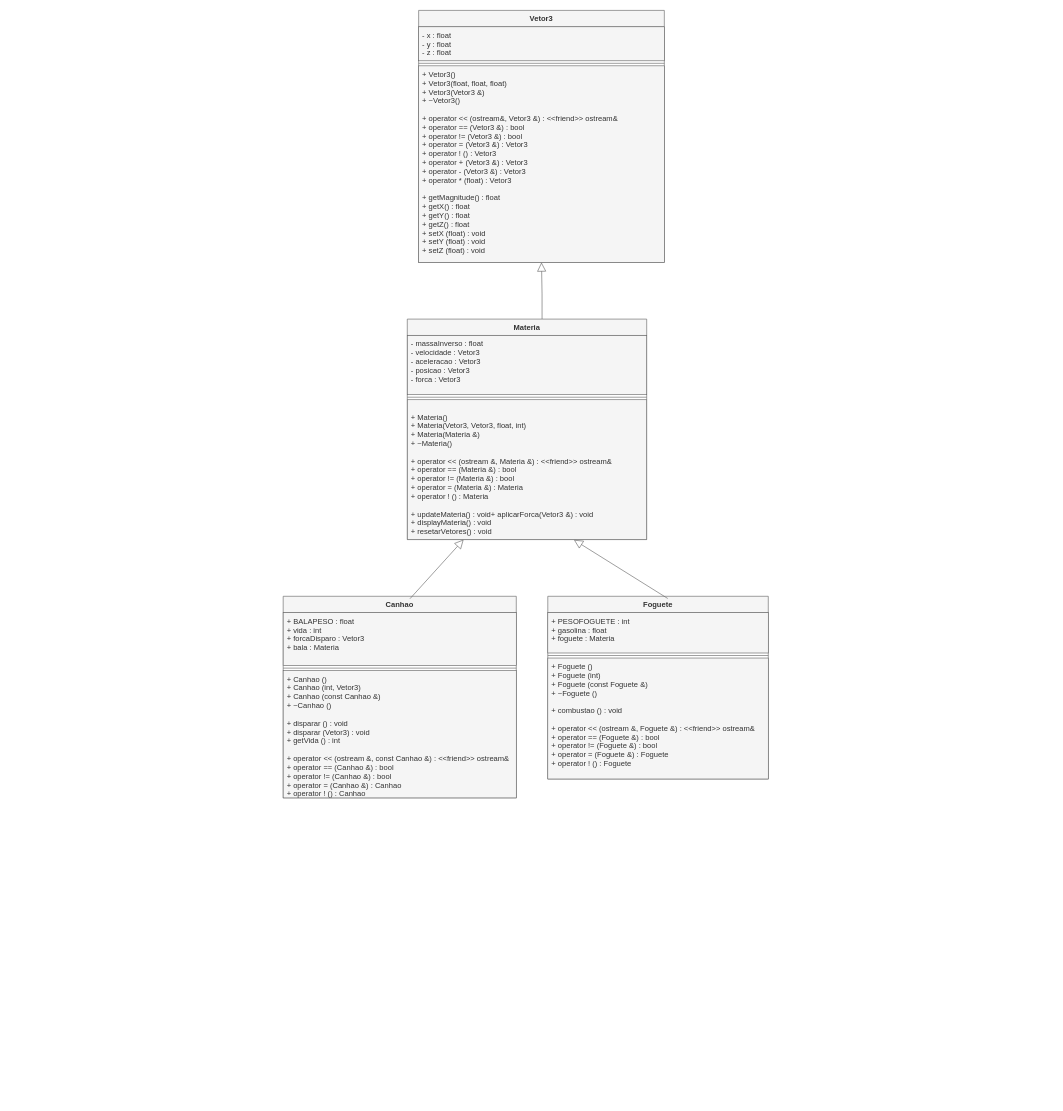
Above: diagrama de classes engine.drawio in BrunoEiki/EngineFisica (draw.io), before the change. Source tidied: cells renumbered, new cells numbered last; positions are measured from the earlier drawing's top-left corner, leaving out a move shared by most shapes. Both pictures are drawn from the tidied source at 63%, with x=0, y=0 at pixel (283, 10).
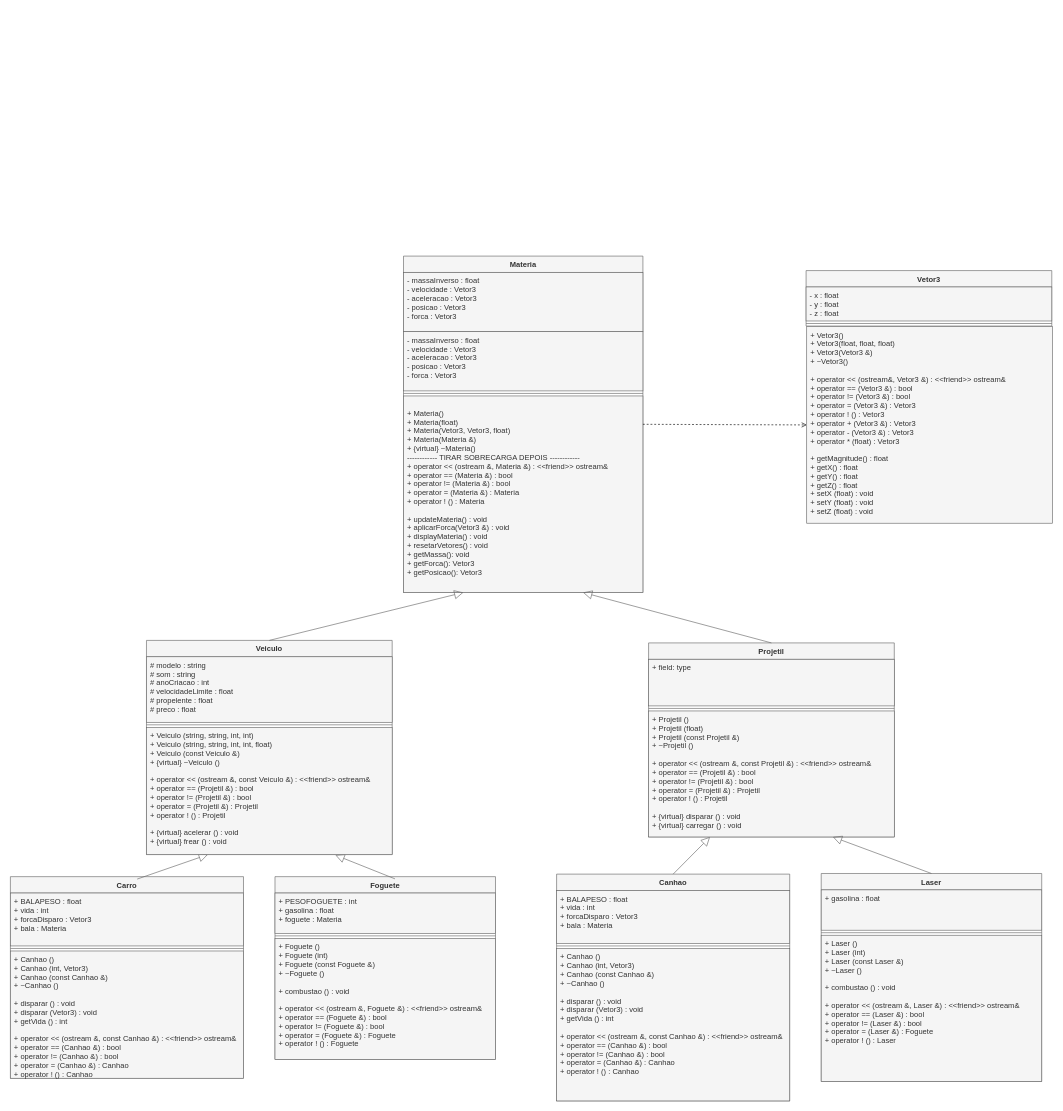
Above is the later version.

Diff of the diagram source:
```diff
@@
-    <mxCell id="2" style="edgeStyle=orthogonalEdgeStyle;rounded=0;jettySize=auto;html=1;endArrow=block;endFill=0;exitX=0.563;exitY=0;exitDx=0;exitDy=0;exitPerimeter=0;strokeWidth=1;endSize=12;fillColor=#f5f5f5;strokeColor=#666666;" parent="1" edge="1" source="7" target="3">
-      <mxGeometry relative="1" as="geometry" />
-    </mxCell>
     <mxCell id="3" value="Vetor3" style="swimlane;fontStyle=1;align=center;verticalAlign=top;horizontal=1;startSize=26;fillColor=#f5f5f5;fontColor=#333333;strokeColor=#666666;" parent="1" vertex="1">
-      <mxGeometry x="215" width="390" height="400" as="geometry" />
+      <mxGeometry x="830" y="413" width="390" height="88" as="geometry" />
     </mxCell>
@@
-    <mxCell id="6" value="+ Vetor3()&#10;+ Vetor3(float, float, float)&#10;+ Vetor3(Vetor3 &amp;)&#10;+ ~Vetor3()&#10;&#10;+ operator &lt;&lt; (ostream&amp;, Vetor3 &amp;) :  &lt;&lt;friend&gt;&gt; ostream&amp;&#10;+ operator == (Vetor3 &amp;) : bool &#10;+ operator != (Vetor3 &amp;) : bool    &#10;+ operator = (Vetor3 &amp;) : Vetor3&#10;+ operator ! () : Vetor3 &#10;+ operator + (Vetor3 &amp;) : Vetor3&#10;+ operator - (Vetor3 &amp;) : Vetor3 &#10;+ operator * (float) : Vetor3 &#10;&#10;+ getMagnitude() : float&#10;+ getX() : float&#10;+ getY() : float&#10;+ getZ() : float  &#10;+ setX (float) : void&#10;+ setY (float) : void&#10;+ setZ (float) : void&#10;&#10;" style="text;strokeColor=#666666;fillColor=#f5f5f5;align=left;verticalAlign=top;spacingLeft=4;spacingRight=4;overflow=hidden;points=[[0,0.5],[1,0.5]];portConstraint=eastwest;fontColor=#333333;" parent="3" vertex="1">
-      <mxGeometry y="88" width="390" height="312" as="geometry" />
-    </mxCell>
     <mxCell id="7" value="Materia&#10;" style="swimlane;fontStyle=1;align=center;verticalAlign=top;horizontal=1;startSize=26;fillColor=#f5f5f5;fontColor=#333333;strokeColor=#666666;" parent="1" vertex="1">
-      <mxGeometry x="197" y="490" width="380" height="350" as="geometry" />
+      <mxGeometry x="191" y="390" width="380" height="534" as="geometry" />
     </mxCell>
@@
+    <mxCell id="21" value="- massaInverso : float&#10;- velocidade : Vetor3 &#10;- aceleracao : Vetor3&#10;- posicao : Vetor3&#10;- forca : Vetor3" style="text;strokeColor=#666666;fillColor=#f5f5f5;align=left;verticalAlign=top;spacingLeft=4;spacingRight=4;overflow=hidden;fontColor=#333333;" parent="7" vertex="1">
+      <mxGeometry y="120" width="380" height="94" as="geometry" />
+    </mxCell>
     <mxCell id="9" style="line;strokeWidth=1;fillColor=#f5f5f5;align=left;verticalAlign=middle;spacingTop=-1;spacingLeft=3;spacingRight=3;labelPosition=right;strokeColor=#666666;fontColor=#333333;" parent="7" vertex="1">
-      <mxGeometry y="120" width="380" height="8" as="geometry" />
+      <mxGeometry y="214" width="380" height="8" as="geometry" />
     </mxCell>
-    <mxCell id="10" value="&#10;+ Materia()   &#10;+ Materia(Vetor3, Vetor3, float, int)&#10;+ Materia(Materia &amp;)&#10;+ ~Materia()&#10;&#10;+ operator &lt;&lt; (ostream &amp;, Materia &amp;) : &lt;&lt;friend&gt;&gt; ostream&amp;&#10;+ operator == (Materia &amp;) : bool &#10;+ operator != (Materia &amp;) : bool &#10;+ operator = (Materia &amp;) : Materia&#10;+ operator ! () : Materia&#10;&#10;+ updateMateria() : void+ aplicarForca(Vetor3 &amp;) : void&#10;+ displayMateria() : void&#10;+ resetarVetores() : void&#10;&#10;&#10;&#10;" style="text;strokeColor=#666666;fillColor=#f5f5f5;align=left;verticalAlign=top;spacingLeft=4;spacingRight=4;overflow=hidden;points=[[0,0.5],[1,0.5]];portConstraint=eastwest;fontColor=#333333;" parent="7" vertex="1">
-      <mxGeometry y="128" width="380" height="222" as="geometry" />
+    <mxCell id="10" value="&#10;+ Materia()&#10;+ Materia(float)   &#10;+ Materia(Vetor3, Vetor3, float)&#10;+ Materia(Materia &amp;)&#10;+ {virtual} ~Materia()&#10;------------ TIRAR SOBRECARGA DEPOIS ------------&#10;+ operator &lt;&lt; (ostream &amp;, Materia &amp;) : &lt;&lt;friend&gt;&gt; ostream&amp;&#10;+ operator == (Materia &amp;) : bool &#10;+ operator != (Materia &amp;) : bool &#10;+ operator = (Materia &amp;) : Materia&#10;+ operator ! () : Materia&#10;&#10;+ updateMateria() : void&#10;+ aplicarForca(Vetor3 &amp;) : void&#10;+ displayMateria() : void&#10;+ resetarVetores() : void&#10;+ getMassa(): void&#10;+ getForca(): Vetor3&#10;+ getPosicao(): Vetor3&#10;&#10;&#10;&#10;" style="text;strokeColor=#666666;fillColor=#f5f5f5;align=left;verticalAlign=top;spacingLeft=4;spacingRight=4;overflow=hidden;points=[[0,0.5],[1,0.5]];portConstraint=eastwest;fontColor=#333333;" parent="7" vertex="1">
+      <mxGeometry y="222" width="380" height="312" as="geometry" />
     </mxCell>
-    <mxCell id="11" value="Canhao" style="swimlane;fontStyle=1;align=center;verticalAlign=top;horizontal=1;startSize=26;fillColor=#f5f5f5;fontColor=#333333;strokeColor=#666666;" parent="1" vertex="1">
-      <mxGeometry y="930" width="370" height="320" as="geometry" />
+    <mxCell id="11" value="Carro" style="swimlane;fontStyle=1;align=center;verticalAlign=top;horizontal=1;startSize=26;fillColor=#f5f5f5;fontColor=#333333;strokeColor=#666666;" parent="1" vertex="1">
+      <mxGeometry x="-433" y="1375" width="370" height="320" as="geometry" />
     </mxCell>
@@
-    <mxCell id="15" style="endArrow=block;endFill=0;endSize=12;html=1;rounded=0;exitX=0.544;exitY=0.012;exitDx=0;exitDy=0;exitPerimeter=0;fillColor=#f5f5f5;strokeColor=#666666;" parent="1" edge="1" source="11" target="10">
+    <mxCell id="15" style="endArrow=block;endFill=0;endSize=12;html=1;rounded=0;exitX=0.544;exitY=0.012;exitDx=0;exitDy=0;exitPerimeter=0;fillColor=#f5f5f5;strokeColor=#666666;entryX=0.25;entryY=1;entryDx=0;entryDy=0;" parent="1" edge="1" source="11" target="23">
       <mxGeometry relative="1" as="geometry" />
     </mxCell>
     <mxCell id="16" value="Foguete" style="swimlane;fontStyle=1;align=center;verticalAlign=top;horizontal=1;startSize=26;fillColor=#f5f5f5;fontColor=#333333;strokeColor=#666666;" parent="1" vertex="1">
-      <mxGeometry x="420" y="930" width="350" height="290" as="geometry" />
+      <mxGeometry x="-13" y="1375" width="350" height="290" as="geometry" />
     </mxCell>
@@
-    <mxCell id="20" style="endArrow=block;endFill=0;endSize=12;html=1;rounded=0;exitX=0.544;exitY=0.012;exitDx=0;exitDy=0;exitPerimeter=0;entryX=0.696;entryY=1.002;entryDx=0;entryDy=0;entryPerimeter=0;fillColor=#f5f5f5;strokeColor=#666666;" parent="1" edge="1" source="16" target="10">
+    <mxCell id="20" style="endArrow=block;endFill=0;endSize=12;html=1;rounded=0;exitX=0.544;exitY=0.012;exitDx=0;exitDy=0;exitPerimeter=0;fillColor=#f5f5f5;strokeColor=#666666;entryX=0.769;entryY=1.004;entryDx=0;entryDy=0;entryPerimeter=0;" parent="1" edge="1" source="16" target="26">
       <mxGeometry relative="1" as="geometry" />
     </mxCell>
+    <mxCell id="6" value="+ Vetor3()&#10;+ Vetor3(float, float, float)&#10;+ Vetor3(Vetor3 &amp;)&#10;+ ~Vetor3()&#10;&#10;+ operator &lt;&lt; (ostream&amp;, Vetor3 &amp;) :  &lt;&lt;friend&gt;&gt; ostream&amp;&#10;+ operator == (Vetor3 &amp;) : bool &#10;+ operator != (Vetor3 &amp;) : bool    &#10;+ operator = (Vetor3 &amp;) : Vetor3&#10;+ operator ! () : Vetor3 &#10;+ operator + (Vetor3 &amp;) : Vetor3&#10;+ operator - (Vetor3 &amp;) : Vetor3 &#10;+ operator * (float) : Vetor3 &#10;&#10;+ getMagnitude() : float&#10;+ getX() : float&#10;+ getY() : float&#10;+ getZ() : float  &#10;+ setX (float) : void&#10;+ setY (float) : void&#10;+ setZ (float) : void&#10;&#10;" style="text;strokeColor=#666666;fillColor=#f5f5f5;align=left;verticalAlign=top;spacingLeft=4;spacingRight=4;overflow=hidden;points=[[0,0.5],[1,0.5]];portConstraint=eastwest;fontColor=#333333;" parent="1" vertex="1">
+      <mxGeometry x="831" y="502" width="390" height="312" as="geometry" />
+    </mxCell>
+    <mxCell id="22" style="endArrow=open;html=1;rounded=0;align=center;verticalAlign=bottom;dashed=1;endFill=0;labelBackgroundColor=none;entryX=0;entryY=0.5;entryDx=0;entryDy=0;exitX=1;exitY=0.5;exitDx=0;exitDy=0;" parent="1" edge="1" source="7" target="6">
+      <mxGeometry relative="1" as="geometry" />
+    </mxCell>
+    <mxCell id="23" value="Veiculo&#10;" style="swimlane;fontStyle=1;align=center;verticalAlign=top;horizontal=1;startSize=26;fillColor=#f5f5f5;fontColor=#333333;strokeColor=#666666;" parent="1" vertex="1">
+      <mxGeometry x="-217" y="1000" width="390" height="340" as="geometry" />
+    </mxCell>
+    <mxCell id="24" value="# modelo : string&#10;# som : string&#10;# anoCriacao : int &#10;# velocidadeLimite : float&#10;# propelente : float &#10;# preco : float" style="text;strokeColor=#666666;fillColor=#f5f5f5;align=left;verticalAlign=top;spacingLeft=4;spacingRight=4;overflow=hidden;fontColor=#333333;" parent="23" vertex="1">
+      <mxGeometry y="26" width="390" height="104" as="geometry" />
+    </mxCell>
+    <mxCell id="25" style="line;strokeWidth=1;fillColor=#f5f5f5;align=left;verticalAlign=middle;spacingTop=-1;spacingLeft=3;spacingRight=3;labelPosition=right;fontColor=#333333;strokeColor=#666666;" parent="23" vertex="1">
+      <mxGeometry y="130" width="390" height="8" as="geometry" />
+    </mxCell>
+    <mxCell id="26" value="+ Veiculo (string, string, int, int) &#10;+ Veiculo (string, string, int, int, float)&#10;+ Veiculo (const Veiculo &amp;)&#10;+ {virtual} ~Veiculo ()&#10;&#10;+ operator &lt;&lt; (ostream &amp;, const Veiculo &amp;) : &lt;&lt;friend&gt;&gt; ostream&amp;&#10;+ operator == (Projetil &amp;) : bool&#10;+ operator != (Projetil &amp;) : bool&#10;+ operator = (Projetil &amp;) : Projetil&#10;+ operator ! () : Projetil&#10;&#10;+ {virtual} acelerar () : void&#10;+ {virtual} frear () : void" style="text;strokeColor=#666666;fillColor=#f5f5f5;align=left;verticalAlign=top;spacingLeft=4;spacingRight=4;overflow=hidden;points=[[0,0.5],[1,0.5]];portConstraint=eastwest;fontColor=#333333;" parent="23" vertex="1">
+      <mxGeometry y="138" width="390" height="202" as="geometry" />
+    </mxCell>
+    <mxCell id="27" style="endArrow=block;endFill=0;endSize=12;html=1;rounded=0;exitX=0.5;exitY=0;exitDx=0;exitDy=0;fillColor=#f5f5f5;strokeColor=#666666;entryX=0.25;entryY=1;entryDx=0;entryDy=0;" parent="1" edge="1" source="23" target="7">
+      <mxGeometry relative="1" as="geometry" />
+    </mxCell>
+    <mxCell id="28" value="Projetil" style="swimlane;fontStyle=1;align=center;verticalAlign=top;horizontal=1;startSize=26;fillColor=#f5f5f5;fontColor=#333333;strokeColor=#666666;" parent="1" vertex="1">
+      <mxGeometry x="580" y="1004" width="390" height="308" as="geometry" />
+    </mxCell>
+    <mxCell id="29" value="+ field: type" style="text;strokeColor=#666666;fillColor=#f5f5f5;align=left;verticalAlign=top;spacingLeft=4;spacingRight=4;overflow=hidden;fontColor=#333333;" parent="28" vertex="1">
+      <mxGeometry y="26" width="390" height="74" as="geometry" />
+    </mxCell>
+    <mxCell id="30" style="line;strokeWidth=1;fillColor=#f5f5f5;align=left;verticalAlign=middle;spacingTop=-1;spacingLeft=3;spacingRight=3;labelPosition=right;fontColor=#333333;strokeColor=#666666;" parent="28" vertex="1">
+      <mxGeometry y="100" width="390" height="8" as="geometry" />
+    </mxCell>
+    <mxCell id="31" value="+ Projetil () &#10;+ Projetil (float)&#10;+ Projetil (const Projetil &amp;)&#10;+ ~Projetil ()&#10;&#10;+ operator &lt;&lt; (ostream &amp;, const Projetil &amp;) : &lt;&lt;friend&gt;&gt; ostream&amp;&#10;+ operator == (Projetil &amp;) : bool&#10;+ operator != (Projetil &amp;) : bool&#10;+ operator = (Projetil &amp;) : Projetil&#10;+ operator ! () : Projetil&#10;&#10;+ {virtual} disparar () : void&#10;+ {virtual} carregar () : void" style="text;strokeColor=#666666;fillColor=#f5f5f5;align=left;verticalAlign=top;spacingLeft=4;spacingRight=4;overflow=hidden;fontColor=#333333;" parent="28" vertex="1">
+      <mxGeometry y="108" width="390" height="200" as="geometry" />
+    </mxCell>
+    <mxCell id="32" style="endArrow=block;endFill=0;endSize=12;html=1;rounded=0;exitX=0.5;exitY=0;exitDx=0;exitDy=0;fillColor=#f5f5f5;strokeColor=#666666;entryX=0.75;entryY=1;entryDx=0;entryDy=0;" parent="1" edge="1" source="28" target="7">
+      <mxGeometry relative="1" as="geometry" />
+    </mxCell>
+    <mxCell id="33" value="Canhao" style="swimlane;fontStyle=1;align=center;verticalAlign=top;horizontal=1;startSize=26;fillColor=#f5f5f5;fontColor=#333333;strokeColor=#666666;" parent="1" vertex="1">
+      <mxGeometry x="434" y="1371" width="370" height="360" as="geometry" />
+    </mxCell>
+    <mxCell id="34" value="+ BALAPESO : float &#10;+ vida : int&#10;+ forcaDisparo : Vetor3&#10;+ bala : Materia" style="text;strokeColor=#666666;fillColor=#f5f5f5;align=left;verticalAlign=top;spacingLeft=4;spacingRight=4;overflow=hidden;fontColor=#333333;" parent="33" vertex="1">
+      <mxGeometry y="26" width="370" height="84" as="geometry" />
+    </mxCell>
+    <mxCell id="35" style="line;strokeWidth=1;fillColor=#f5f5f5;align=left;verticalAlign=middle;spacingTop=-1;spacingLeft=3;spacingRight=3;labelPosition=right;strokeColor=#666666;fontColor=#333333;" parent="33" vertex="1">
+      <mxGeometry y="110" width="370" height="8" as="geometry" />
+    </mxCell>
+    <mxCell id="36" value="+ Canhao () &#10;+ Canhao (int, Vetor3)&#10;+ Canhao (const Canhao &amp;)&#10;+ ~Canhao ()&#10;&#10;+ disparar () : void&#10;+ disparar (Vetor3) : void&#10;+ getVida () : int&#10;&#10;+ operator &lt;&lt; (ostream &amp;, const Canhao &amp;) : &lt;&lt;friend&gt;&gt; ostream&amp;&#10;+ operator == (Canhao &amp;) : bool&#10;+ operator != (Canhao &amp;) : bool&#10;+ operator = (Canhao &amp;) : Canhao&#10;+ operator ! () : Canhao" style="text;strokeColor=#666666;fillColor=#f5f5f5;align=left;verticalAlign=top;spacingLeft=4;spacingRight=4;overflow=hidden;fontColor=#333333;" parent="33" vertex="1">
+      <mxGeometry y="118" width="370" height="242" as="geometry" />
+    </mxCell>
+    <mxCell id="37" value="Laser" style="swimlane;fontStyle=1;align=center;verticalAlign=top;horizontal=1;startSize=26;fillColor=#f5f5f5;fontColor=#333333;strokeColor=#666666;" parent="1" vertex="1">
+      <mxGeometry x="854" y="1370" width="350" height="330" as="geometry" />
+    </mxCell>
+    <mxCell id="38" value="+ gasolina : float" style="text;strokeColor=#666666;fillColor=#f5f5f5;align=left;verticalAlign=top;spacingLeft=4;spacingRight=4;overflow=hidden;fontColor=#333333;" parent="37" vertex="1">
+      <mxGeometry y="26" width="350" height="64" as="geometry" />
+    </mxCell>
+    <mxCell id="39" style="line;strokeWidth=1;fillColor=#f5f5f5;align=left;verticalAlign=middle;spacingTop=-1;spacingLeft=3;spacingRight=3;labelPosition=right;strokeColor=#666666;fontColor=#333333;" parent="37" vertex="1">
+      <mxGeometry y="90" width="350" height="8" as="geometry" />
+    </mxCell>
+    <mxCell id="40" value="+ Laser () &#10;+ Laser (int)&#10;+ Laser (const Laser &amp;)&#10;+ ~Laser ()&#10;&#10;+ combustao () : void&#10;&#10;+ operator &lt;&lt; (ostream &amp;, Laser &amp;) : &lt;&lt;friend&gt;&gt; ostream&amp;&#10;+ operator == (Laser &amp;) : bool&#10;+ operator != (Laser &amp;) : bool&#10;+ operator = (Laser &amp;) : Foguete&#10;+ operator ! () : Laser" style="text;strokeColor=#666666;fillColor=#f5f5f5;align=left;verticalAlign=top;spacingLeft=4;spacingRight=4;overflow=hidden;fontColor=#333333;" parent="37" vertex="1">
+      <mxGeometry y="98" width="350" height="232" as="geometry" />
+    </mxCell>
+    <mxCell id="41" style="endArrow=block;endFill=0;endSize=12;html=1;rounded=0;exitX=0.5;exitY=0;exitDx=0;exitDy=0;fillColor=#f5f5f5;strokeColor=#666666;entryX=0.25;entryY=1;entryDx=0;entryDy=0;" parent="1" edge="1" source="33" target="28">
+      <mxGeometry relative="1" as="geometry" />
+    </mxCell>
+    <mxCell id="42" style="endArrow=block;endFill=0;endSize=12;html=1;rounded=0;exitX=0.5;exitY=0;exitDx=0;exitDy=0;fillColor=#f5f5f5;strokeColor=#666666;entryX=0.75;entryY=1;entryDx=0;entryDy=0;" parent="1" edge="1" source="37" target="28">
+      <mxGeometry relative="1" as="geometry" />
+    </mxCell>
```
